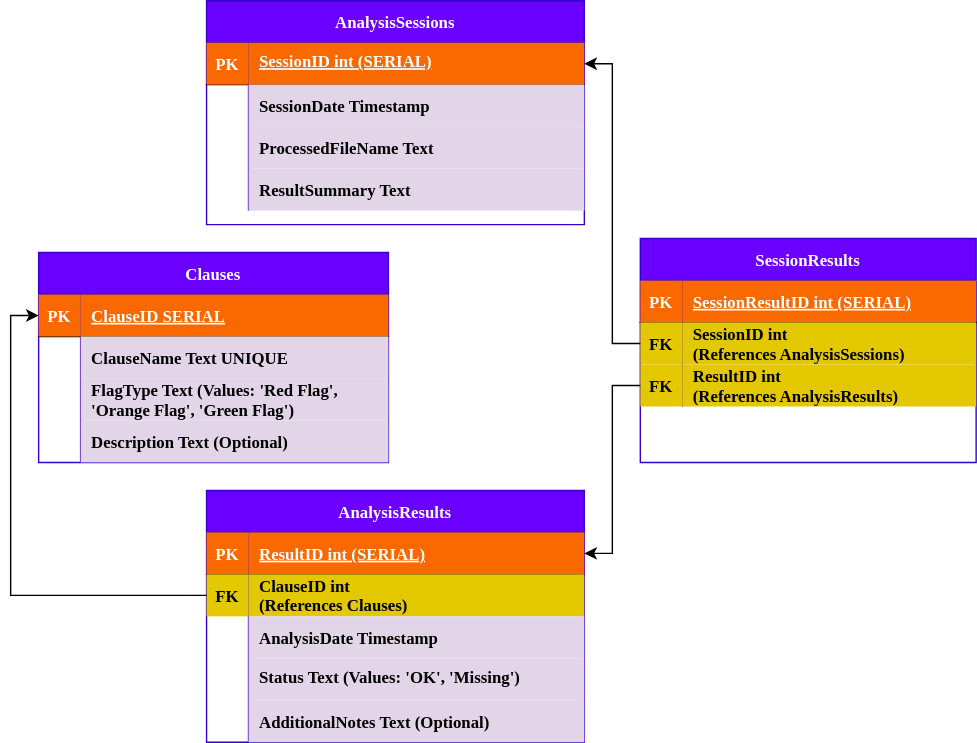
The draw.io diagram Frontend/public/Datenbankschema.svg in AyhamJo7/ContractGuardian, before a commit. Source tidied: cells renumbered, new cells last; positions are measured from the earlier drawing's top-left corner, leaving out a move shared by most shapes.
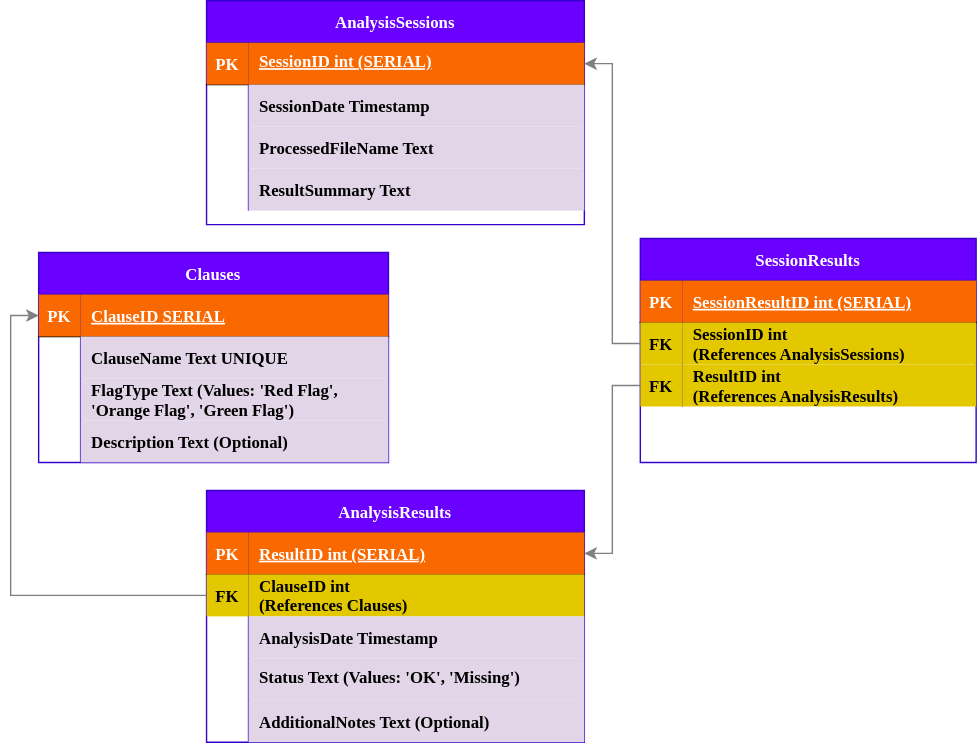
After the change.

Commit message:
Datnbankschema last modification README.md

Diff of the diagram source:
```diff
@@ -158,13 +158,13 @@
     <mxCell id="53" value="Description Text (Optional)" style="shape=partialRectangle;fillColor=#e1d5e7;top=0;left=0;bottom=0;right=0;align=left;spacingLeft=6;overflow=hidden;fontFamily=Comic Sans MS;fontStyle=1;strokeColor=#9673a6;" parent="51" vertex="1">
       <mxGeometry x="30" width="220" height="30" as="geometry" />
     </mxCell>
-    <mxCell id="54" style="edgeStyle=orthogonalEdgeStyle;rounded=0;jettySize=auto;html=1;exitX=0;exitY=0.5;exitDx=0;exitDy=0;entryX=0;entryY=0.5;entryDx=0;entryDy=0;fontFamily=Comic Sans MS;" parent="1" edge="1" source="19" target="42">
+    <mxCell id="54" style="edgeStyle=orthogonalEdgeStyle;rounded=0;jettySize=auto;html=1;exitX=0;exitY=0.5;exitDx=0;exitDy=0;entryX=0;entryY=0.5;entryDx=0;entryDy=0;fontFamily=Comic Sans MS;strokeColor=#808080;" parent="1" edge="1" source="19" target="42">
       <mxGeometry relative="1" as="geometry" />
     </mxCell>
-    <mxCell id="55" style="edgeStyle=orthogonalEdgeStyle;rounded=0;jettySize=auto;html=1;exitX=0;exitY=0.5;exitDx=0;exitDy=0;entryX=1;entryY=0.5;entryDx=0;entryDy=0;fontFamily=Comic Sans MS;" parent="1" edge="1" source="35" target="3">
+    <mxCell id="55" style="edgeStyle=orthogonalEdgeStyle;rounded=0;jettySize=auto;html=1;exitX=0;exitY=0.5;exitDx=0;exitDy=0;entryX=1;entryY=0.5;entryDx=0;entryDy=0;fontFamily=Comic Sans MS;strokeColor=#808080;" parent="1" edge="1" source="35" target="3">
       <mxGeometry relative="1" as="geometry" />
     </mxCell>
-    <mxCell id="56" style="edgeStyle=orthogonalEdgeStyle;rounded=0;jettySize=auto;html=1;exitX=0;exitY=0.5;exitDx=0;exitDy=0;entryX=1;entryY=0.5;entryDx=0;entryDy=0;fontFamily=Comic Sans MS;" parent="1" edge="1" source="38" target="16">
+    <mxCell id="56" style="edgeStyle=orthogonalEdgeStyle;rounded=0;jettySize=auto;html=1;exitX=0;exitY=0.5;exitDx=0;exitDy=0;entryX=1;entryY=0.5;entryDx=0;entryDy=0;fontFamily=Comic Sans MS;strokeColor=#808080;" parent="1" edge="1" source="38" target="16">
       <mxGeometry relative="1" as="geometry" />
     </mxCell>
   </root>
```
